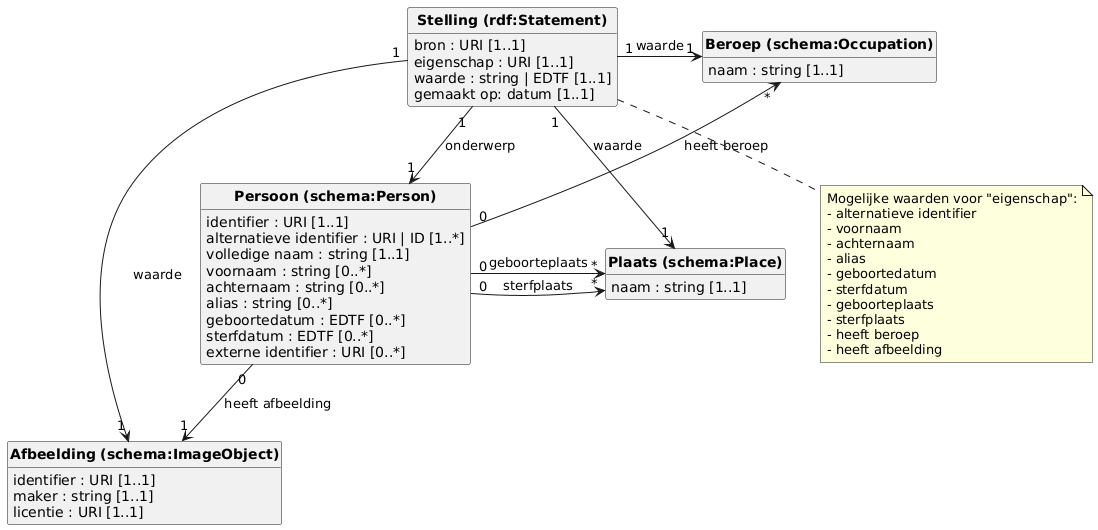
This is datamodel/diagram.png from viaacode/visual-name-authority-project, a PlantUML export, as it was before one commit.
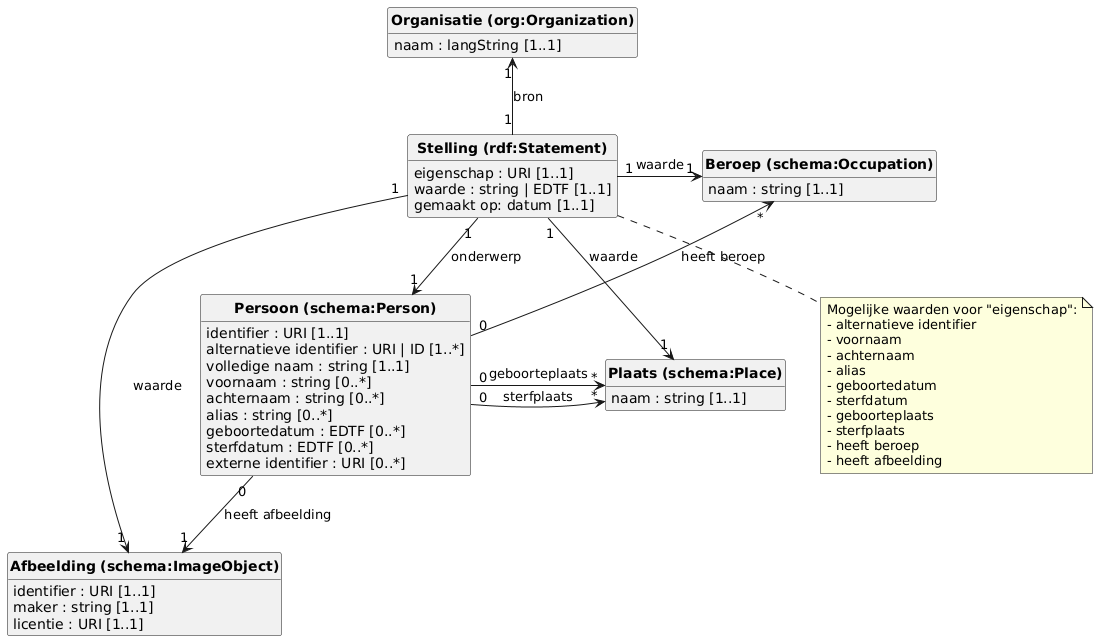
After the commit.

Diff of the diagram source:
```diff
@@ -30,8 +30,11 @@
 "<b>Beroep (schema:Occupation)</b>" "*" <-- "0" "<b>Persoon (schema:Person)</b>": heeft beroep
 "<b>Persoon (schema:Person)</b>" "0" --> "1" "<b>Afbeelding (schema:ImageObject)</b>": heeft afbeelding
 
+class "<b>Organisatie (org:Organization)</b>" {
+    naam : langString [1..1]
+}
+
 class "<b>Stelling (rdf:Statement)</b>"{
-    bron : URI [1..1]
     eigenschap : URI [1..1]
     waarde : string | EDTF [1..1]
     gemaakt op: datum [1..1]
@@ -51,11 +54,11 @@
 end note
 
 
-
 "<b>Stelling (rdf:Statement)</b>" "1" -> "1" "<b>Persoon (schema:Person)</b>" : onderwerp
 "<b>Stelling (rdf:Statement)</b>" "1" -> "1" "<b>Plaats (schema:Place)</b>" : waarde
 "<b>Stelling (rdf:Statement)</b>" "1" -> "1" "<b>Beroep (schema:Occupation)</b>": waarde
 "<b>Stelling (rdf:Statement)</b>" "1" -> "1" "<b>Afbeelding (schema:ImageObject)</b>": waarde
+"<b>Stelling (rdf:Statement)</b>" "1" -u-> "1" "<b>Organisatie (org:Organization)</b>": bron
 
 hide circle
 hide methods
```
